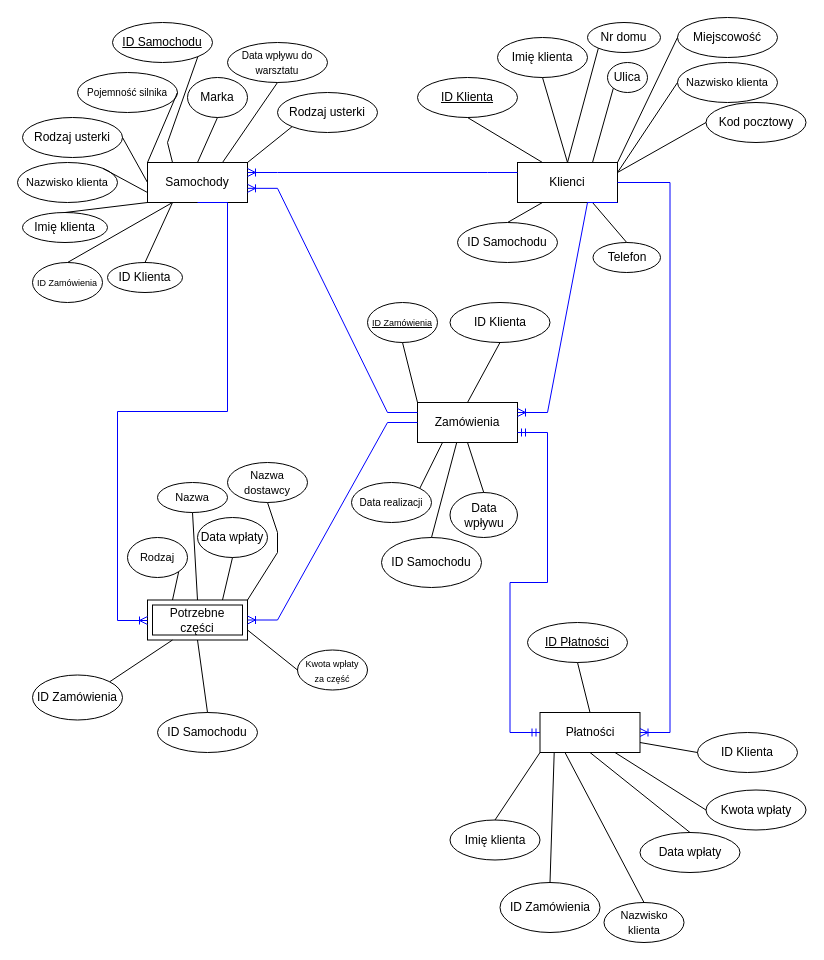
This is model_ER.drawio from franekb1111/Bazy_danych, a draw.io file, before an edit. Source tidied: cells renumbered, new cells numbered last; positions are measured from the earlier drawing's top-left corner, leaving out a move shared by most shapes. Both pictures are drawn from the tidied source at 100%, with x=0, y=0 at pixel (17, 17).
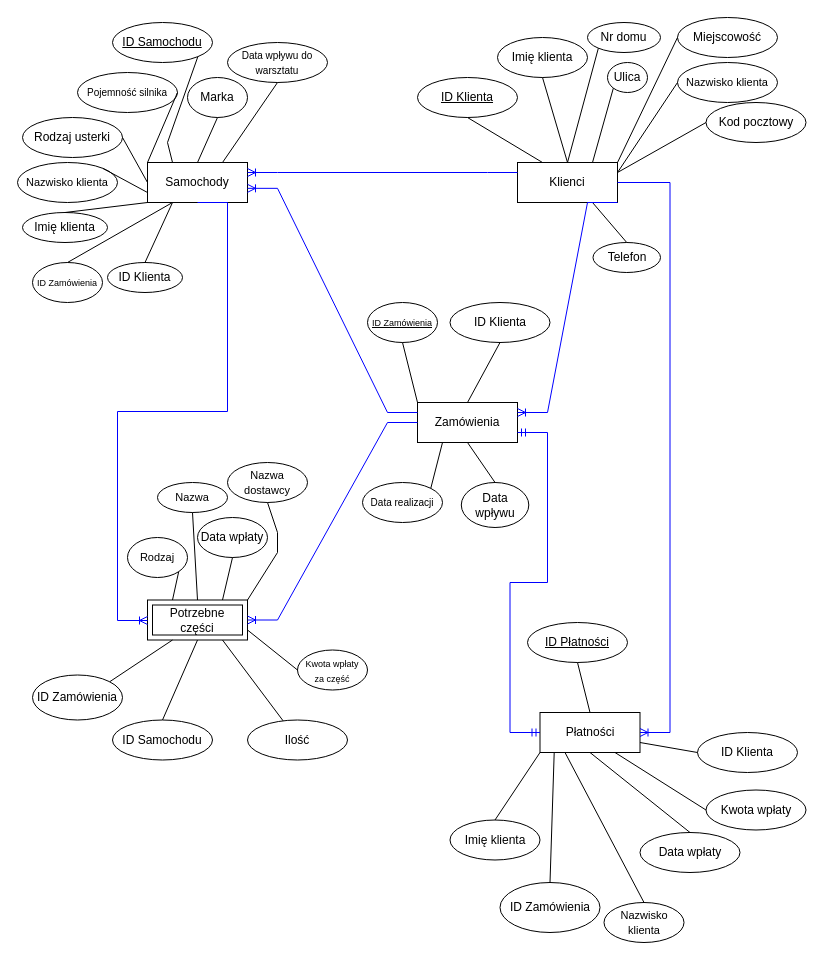
After the change.

The change refers to these unchanged cells:
```xml
<mxCell id="2" value="Samochody" style="whiteSpace=wrap;html=1;align=center;" parent="1" vertex="1">
  <mxGeometry x="130" y="145" width="100" height="40" as="geometry" />
</mxCell>
<mxCell id="21" value="Klienci" style="whiteSpace=wrap;html=1;align=center;" parent="1" vertex="1">
  <mxGeometry x="500" y="145" width="100" height="40" as="geometry" />
</mxCell>
<mxCell id="53" value="Zamówienia" style="whiteSpace=wrap;html=1;align=center;" parent="1" vertex="1">
  <mxGeometry x="400" y="385" width="100" height="40" as="geometry" />
</mxCell>
<mxCell id="57" value="Potrzebne części" style="shape=ext;margin=3;double=1;whiteSpace=wrap;html=1;align=center;" parent="1" vertex="1">
  <mxGeometry x="130" y="582.5" width="100" height="40" as="geometry" />
</mxCell>
```

What changed in the source:
```diff
@@
-    <mxCell id="6" value="Rodzaj usterki" style="ellipse;whiteSpace=wrap;html=1;align=center;" parent="1" vertex="1">
-      <mxGeometry x="260" y="75" width="100" height="40" as="geometry" />
-    </mxCell>
@@
-    <mxCell id="16" style="endArrow=none;html=1;rounded=0;entryX=0;entryY=1;entryDx=0;entryDy=0;exitX=1;exitY=0;exitDx=0;exitDy=0;" parent="1" edge="1" source="2" target="6">
-      <mxGeometry relative="1" as="geometry" />
-    </mxCell>
@@
-    <mxCell id="34" style="endArrow=none;html=1;rounded=0;entryX=0.25;entryY=1;entryDx=0;entryDy=0;exitX=0.5;exitY=0;exitDx=0;exitDy=0;" parent="1" edge="1" source="35" target="21">
-      <mxGeometry relative="1" as="geometry" />
-    </mxCell>
-    <mxCell id="35" value="ID Samochodu" style="ellipse;whiteSpace=wrap;html=1;align=center;" parent="1" vertex="1">
-      <mxGeometry x="440" y="205" width="100" height="40" as="geometry" />
-    </mxCell>
@@
     <mxCell id="62" value="&lt;font style=&quot;font-size: 10px;&quot;&gt;Data realizacji&lt;/font&gt;" style="ellipse;whiteSpace=wrap;html=1;align=center;" parent="1" vertex="1">
-      <mxGeometry x="334" y="465" width="80" height="40" as="geometry" />
+      <mxGeometry x="345" y="465" width="80" height="40" as="geometry" />
     </mxCell>
     <mxCell id="63" value="Data wpływu" style="ellipse;whiteSpace=wrap;html=1;align=center;" parent="1" vertex="1">
-      <mxGeometry x="432.5" y="475" width="67.5" height="45" as="geometry" />
+      <mxGeometry x="443.8" y="465" width="67.5" height="45" as="geometry" />
     </mxCell>
@@
-    <mxCell id="77" value="ID Samochodu" style="ellipse;whiteSpace=wrap;html=1;align=center;fontStyle=0;" parent="1" vertex="1">
-      <mxGeometry x="364" y="520" width="100" height="50" as="geometry" />
-    </mxCell>
-    <mxCell id="78" style="endArrow=none;html=1;rounded=0;exitX=0.5;exitY=0;exitDx=0;exitDy=0;entryX=0.393;entryY=0.992;entryDx=0;entryDy=0;entryPerimeter=0;" parent="1" edge="1" source="77" target="53">
-      <mxGeometry relative="1" as="geometry" />
-    </mxCell>
@@
     <mxCell id="84" value="ID Samochodu" style="ellipse;whiteSpace=wrap;html=1;align=center;fontStyle=0;" parent="1" vertex="1">
-      <mxGeometry x="140" y="695" width="100" height="40" as="geometry" />
+      <mxGeometry x="95" y="702.5" width="100" height="40" as="geometry" />
     </mxCell>
@@
+    <mxCell id="90" value="Ilość" style="ellipse;whiteSpace=wrap;html=1;align=center;fontStyle=0;" parent="1" vertex="1">
+      <mxGeometry x="230" y="702.5" width="100" height="40" as="geometry" />
+    </mxCell>
+    <mxCell id="91" style="endArrow=none;html=1;rounded=0;exitX=0.75;exitY=1;exitDx=0;exitDy=0;" parent="1" edge="1" source="57" target="90">
+      <mxGeometry relative="1" as="geometry" />
+    </mxCell>
+    <mxCell id="92" style="edgeStyle=orthogonalEdgeStyle;rounded=0;orthogonalLoop=1;jettySize=auto;html=1;exitX=0.5;exitY=1;exitDx=0;exitDy=0;" parent="1" edge="1">
+      <mxGeometry relative="1" as="geometry">
+        <mxPoint x="750" y="180" as="sourcePoint" />
+        <mxPoint x="750" y="180" as="targetPoint" />
+      </mxGeometry>
+    </mxCell>
```
